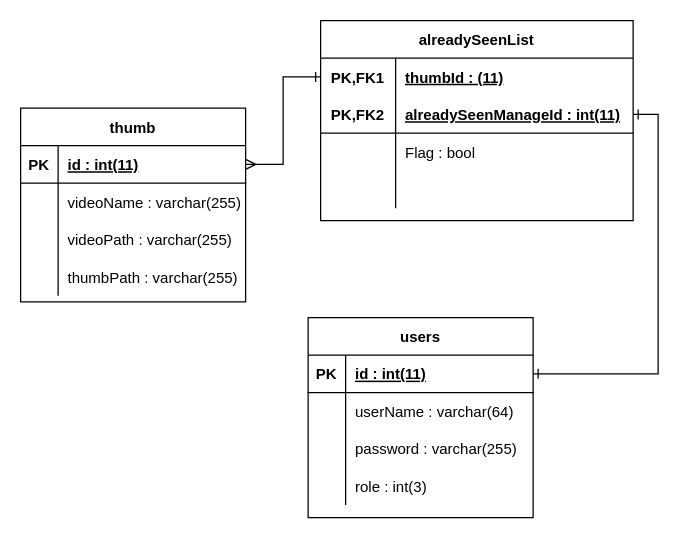
Earlier version of the draw.io diagram database.drawio (ue8d/VideoServer). Source tidied: cells renumbered, new cells numbered last; positions are measured from the earlier drawing's top-left corner, leaving out a move shared by most shapes. Both pictures are drawn from the tidied source at 125%, with x=0, y=0 at pixel (20, 20).
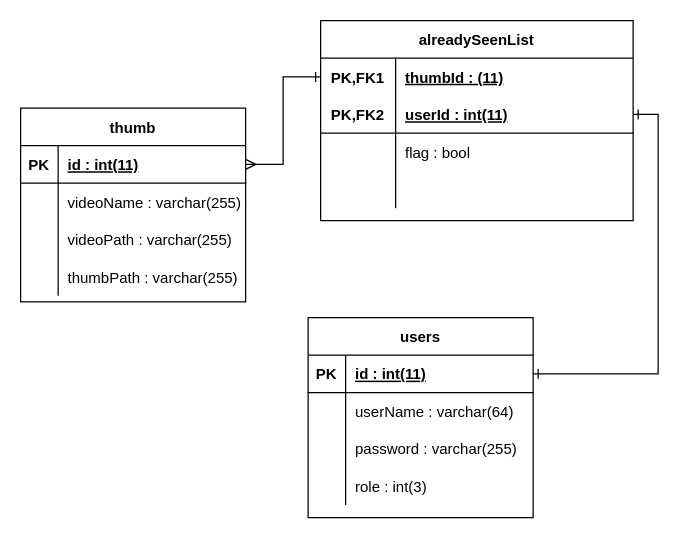
The same diagram, later.

Commit message (it also covers changes not shown here):
データベースの追加

The change refers to these unchanged cells:
```xml
<mxCell id="32" style="shape=partialRectangle;fillColor=none;top=0;left=0;bottom=1;right=0;points=[[0,0.5],[1,0.5]];portConstraint=eastwest;" parent="28" vertex="1">
  <mxGeometry y="60" width="250" height="30" as="geometry" />
</mxCell>
<mxCell id="35" style="shape=partialRectangle;fillColor=none;top=0;left=0;bottom=0;right=0;" parent="28" vertex="1">
  <mxGeometry y="90" width="250" height="30" as="geometry" />
</mxCell>
```

Change to the diagram source:
```diff
@@
-    <mxCell id="34" value="alreadySeenManageId : int(11)" style="shape=partialRectangle;fillColor=none;top=0;left=0;bottom=0;right=0;align=left;spacingLeft=6;fontStyle=5;overflow=hidden;" parent="32" vertex="1">
+    <mxCell id="34" value="userId : int(11)" style="shape=partialRectangle;fillColor=none;top=0;left=0;bottom=0;right=0;align=left;spacingLeft=6;fontStyle=5;overflow=hidden;" parent="32" vertex="1">
       <mxGeometry x="60" width="190" height="30" as="geometry" />
     </mxCell>
@@
-    <mxCell id="37" value="Flag : bool" style="shape=partialRectangle;fillColor=none;top=0;left=0;bottom=0;right=0;align=left;spacingLeft=6;overflow=hidden;" parent="35" vertex="1">
+    <mxCell id="37" value="flag : bool" style="shape=partialRectangle;fillColor=none;top=0;left=0;bottom=0;right=0;align=left;spacingLeft=6;overflow=hidden;" parent="35" vertex="1">
       <mxGeometry x="60" width="190" height="30" as="geometry" />
     </mxCell>
```
